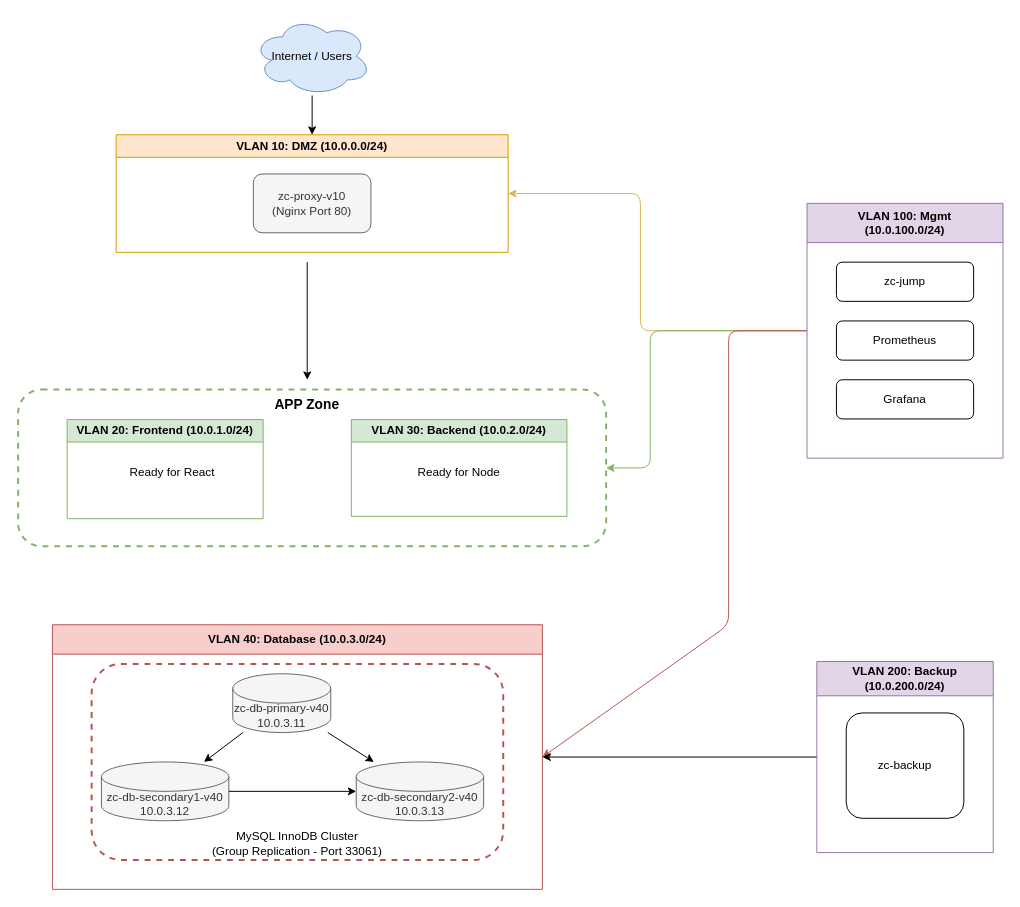
Fadi5ann/zc-invoice-infra keeps this draw.io diagram as architecture-v2.drawio. Above is the earlier version. Source tidied: cells renumbered, new cells numbered last; positions are measured from the earlier drawing's top-left corner, leaving out a move shared by most shapes. Both pictures are drawn from the tidied source at 98%, with x=0, y=0 at pixel (18, 17).
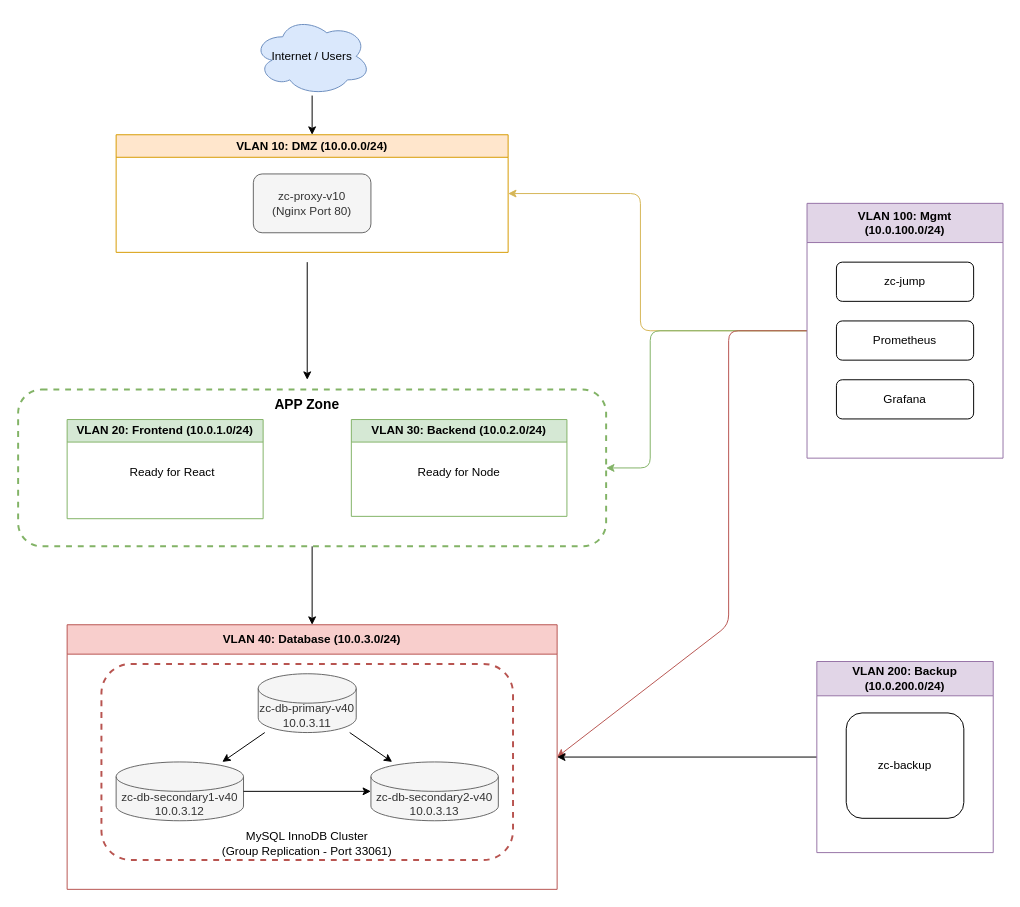
After the change.

The change refers to these unchanged cells:
```xml
<mxCell id="26" style="rounded=1;whiteSpace=wrap;html=1;strokeWidth=2;fillColor=none;strokeColor=#82b366;dashed=1;" parent="1" vertex="1">
  <mxGeometry y="380" width="600" height="160" as="geometry" />
</mxCell>
```

Change to the diagram source:
```diff
@@
     <mxCell id="5" value="VLAN 40: Database (10.0.3.0/24)" style="swimlane;whiteSpace=wrap;html=1;fillColor=#f8cecc;strokeColor=#b85450;startSize=30;" parent="1" vertex="1">
-      <mxGeometry x="35" y="620" width="500" height="270" as="geometry" />
+      <mxGeometry x="50" y="620" width="500" height="270" as="geometry" />
     </mxCell>
     <mxCell id="6" value="zc-db-primary-v40&#10;10.0.3.11" style="shape=cylinder3;whiteSpace=wrap;html=1;boundedLbl=1;backgroundOutline=1;size=15;fillColor=#f5f5f5;fontColor=#333333;strokeColor=#666666;" parent="5" vertex="1">
-      <mxGeometry x="184" y="50" width="100" height="60" as="geometry" />
+      <mxGeometry x="195" y="50" width="100" height="60" as="geometry" />
     </mxCell>
@@
     <mxCell id="9" value="MySQL InnoDB Cluster&#10;(Group Replication - Port 33061)" style="rounded=1;whiteSpace=wrap;html=1;fillColor=none;strokeColor=#b85450;strokeWidth=2;dashed=1;verticalAlign=bottom;" parent="5" vertex="1">
-      <mxGeometry x="40" y="40" width="420" height="200" as="geometry" />
+      <mxGeometry x="35" y="40" width="420" height="200" as="geometry" />
     </mxCell>
@@
+    <mxCell id="31" style="edgeStyle=none;html=1;entryX=0.5;entryY=0;entryDx=0;entryDy=0;" parent="1" edge="1" source="26" target="5">
+      <mxGeometry relative="1" as="geometry" />
+    </mxCell>
```
